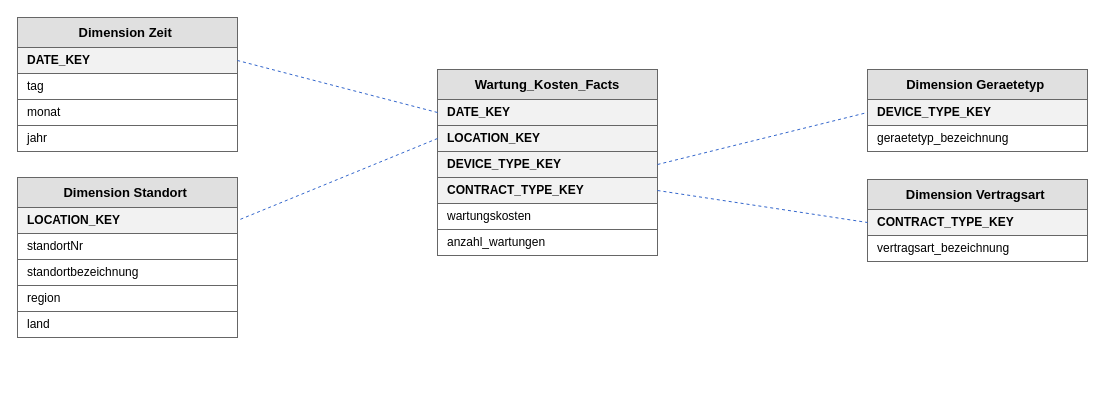
IchbinsTil/DVS keeps this draw.io diagram as page "Star Schema - Wartungskosten" (2 of 2) of Dokumentation/star_schema_dwh.drawio. Above is the earlier version. Source tidied: cells renumbered, new cells numbered last; positions are measured from the earlier drawing's top-left corner, leaving out a move shared by most shapes. Both pictures are drawn from the tidied source at 100%, with x=0, y=0 at pixel (17, 17).
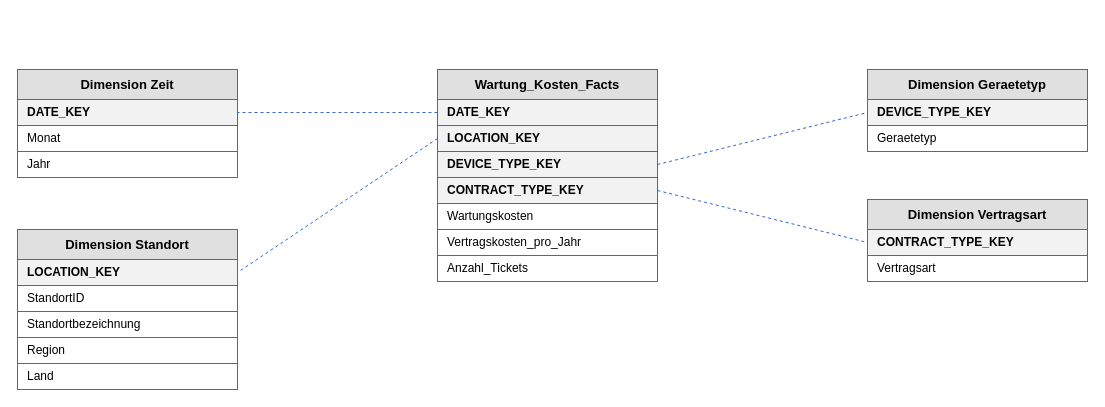
Above is the later version.

Unchanged cells that the change refers to:
```xml
<mxCell id="4" value="LOCATION_KEY" style="rounded=0;whiteSpace=wrap;html=1;fillColor=#f2f2f2;strokeColor=#666666;fontStyle=1;fontSize=12;align=left;spacingLeft=8;" parent="1" vertex="1">
  <mxGeometry x="420" y="108" width="220" height="26" as="geometry" />
</mxCell>
<mxCell id="5" value="DEVICE_TYPE_KEY" style="rounded=0;whiteSpace=wrap;html=1;fillColor=#f2f2f2;strokeColor=#666666;fontStyle=1;fontSize=12;align=left;spacingLeft=8;" parent="1" vertex="1">
  <mxGeometry x="420" y="134" width="220" height="26" as="geometry" />
</mxCell>
<mxCell id="20" value="DEVICE_TYPE_KEY" style="rounded=0;whiteSpace=wrap;html=1;fillColor=#f2f2f2;strokeColor=#666666;fontStyle=1;fontSize=12;align=left;spacingLeft=8;" parent="1" vertex="1">
  <mxGeometry x="850" y="82" width="220" height="26" as="geometry" />
</mxCell>
```

Change to the diagram source:
```diff
@@
-    <mxCell id="7" value="wartungskosten" style="rounded=0;whiteSpace=wrap;html=1;fillColor=#ffffff;strokeColor=#666666;fontSize=12;align=left;spacingLeft=8;" parent="1" vertex="1">
+    <mxCell id="7" value="Wartungskosten" style="rounded=0;whiteSpace=wrap;html=1;fillColor=#ffffff;strokeColor=#666666;fontSize=12;align=left;spacingLeft=8;" parent="1" vertex="1">
       <mxGeometry x="420" y="186" width="220" height="26" as="geometry" />
     </mxCell>
+    <mxCell id="30" value="Vertragskosten_pro_Jahr" style="rounded=0;whiteSpace=wrap;html=1;fillColor=#ffffff;strokeColor=#666666;fontSize=12;align=left;spacingLeft=8;" parent="1" vertex="1">
+      <mxGeometry x="420" y="212" width="220" height="26" as="geometry" />
+    </mxCell>
-    <mxCell id="8" value="anzahl_wartungen" style="rounded=0;whiteSpace=wrap;html=1;fillColor=#ffffff;strokeColor=#666666;fontSize=12;align=left;spacingLeft=8;" parent="1" vertex="1">
-      <mxGeometry x="420" y="212" width="220" height="26" as="geometry" />
+    <mxCell id="8" value="Anzahl_Tickets" style="rounded=0;whiteSpace=wrap;html=1;fillColor=#ffffff;strokeColor=#666666;fontSize=12;align=left;spacingLeft=8;" parent="1" vertex="1">
+      <mxGeometry x="420" y="238" width="220" height="26" as="geometry" />
     </mxCell>
-    <mxCell id="9" value="Dimension Zeit&amp;nbsp;" style="rounded=0;whiteSpace=wrap;html=1;fillColor=#e0e0e0;strokeColor=#666666;fontStyle=1;fontSize=13;align=center;verticalAlign=middle;" parent="1" vertex="1">
-      <mxGeometry width="220" height="30" as="geometry" />
+    <mxCell id="9" value="Dimension Zeit" style="rounded=0;whiteSpace=wrap;html=1;fillColor=#e0e0e0;strokeColor=#666666;fontStyle=1;fontSize=13;align=center;verticalAlign=middle;" parent="1" vertex="1">
+      <mxGeometry y="52" width="220" height="30" as="geometry" />
     </mxCell>
     <mxCell id="10" value="DATE_KEY" style="rounded=0;whiteSpace=wrap;html=1;fillColor=#f2f2f2;strokeColor=#666666;fontStyle=1;fontSize=12;align=left;spacingLeft=8;" parent="1" vertex="1">
-      <mxGeometry y="30" width="220" height="26" as="geometry" />
+      <mxGeometry y="82" width="220" height="26" as="geometry" />
     </mxCell>
-    <mxCell id="11" value="tag" style="rounded=0;whiteSpace=wrap;html=1;fillColor=#ffffff;strokeColor=#666666;fontSize=12;align=left;spacingLeft=8;" parent="1" vertex="1">
-      <mxGeometry y="56" width="220" height="26" as="geometry" />
+    <mxCell id="11" value="Monat" style="rounded=0;whiteSpace=wrap;html=1;fillColor=#ffffff;strokeColor=#666666;fontSize=12;align=left;spacingLeft=8;" parent="1" vertex="1">
+      <mxGeometry y="108" width="220" height="26" as="geometry" />
     </mxCell>
-    <mxCell id="12" value="monat" style="rounded=0;whiteSpace=wrap;html=1;fillColor=#ffffff;strokeColor=#666666;fontSize=12;align=left;spacingLeft=8;" parent="1" vertex="1">
-      <mxGeometry y="82" width="220" height="26" as="geometry" />
+    <mxCell id="12" value="Jahr" style="rounded=0;whiteSpace=wrap;html=1;fillColor=#ffffff;strokeColor=#666666;fontSize=12;align=left;spacingLeft=8;" parent="1" vertex="1">
+      <mxGeometry y="134" width="220" height="26" as="geometry" />
     </mxCell>
-    <mxCell id="13" value="jahr" style="rounded=0;whiteSpace=wrap;html=1;fillColor=#ffffff;strokeColor=#666666;fontSize=12;align=left;spacingLeft=8;" parent="1" vertex="1">
-      <mxGeometry y="108" width="220" height="26" as="geometry" />
-    </mxCell>
-    <mxCell id="14" value="Dimension Standort&amp;nbsp;" style="rounded=0;whiteSpace=wrap;html=1;fillColor=#e0e0e0;strokeColor=#666666;fontStyle=1;fontSize=13;align=center;verticalAlign=middle;" parent="1" vertex="1">
-      <mxGeometry y="160" width="220" height="30" as="geometry" />
+    <mxCell id="14" value="Dimension Standort" style="rounded=0;whiteSpace=wrap;html=1;fillColor=#e0e0e0;strokeColor=#666666;fontStyle=1;fontSize=13;align=center;verticalAlign=middle;" parent="1" vertex="1">
+      <mxGeometry y="212" width="220" height="30" as="geometry" />
     </mxCell>
     <mxCell id="15" value="LOCATION_KEY" style="rounded=0;whiteSpace=wrap;html=1;fillColor=#f2f2f2;strokeColor=#666666;fontStyle=1;fontSize=12;align=left;spacingLeft=8;" parent="1" vertex="1">
-      <mxGeometry y="190" width="220" height="26" as="geometry" />
+      <mxGeometry y="242" width="220" height="26" as="geometry" />
     </mxCell>
-    <mxCell id="16" value="standortbezeichnung" style="rounded=0;whiteSpace=wrap;html=1;fillColor=#ffffff;strokeColor=#666666;fontSize=12;align=left;spacingLeft=8;" parent="1" vertex="1">
-      <mxGeometry y="242" width="220" height="26" as="geometry" />
+    <mxCell id="16" value="StandortID" style="rounded=0;whiteSpace=wrap;html=1;fillColor=#ffffff;strokeColor=#666666;fontSize=12;align=left;spacingLeft=8;" parent="1" vertex="1">
+      <mxGeometry y="268" width="220" height="26" as="geometry" />
     </mxCell>
-    <mxCell id="17" value="region" style="rounded=0;whiteSpace=wrap;html=1;fillColor=#ffffff;strokeColor=#666666;fontSize=12;align=left;spacingLeft=8;" parent="1" vertex="1">
-      <mxGeometry y="268" width="220" height="26" as="geometry" />
+    <mxCell id="17" value="Standortbezeichnung" style="rounded=0;whiteSpace=wrap;html=1;fillColor=#ffffff;strokeColor=#666666;fontSize=12;align=left;spacingLeft=8;" parent="1" vertex="1">
+      <mxGeometry y="294" width="220" height="26" as="geometry" />
     </mxCell>
-    <mxCell id="18" value="land" style="rounded=0;whiteSpace=wrap;html=1;fillColor=#ffffff;strokeColor=#666666;fontSize=12;align=left;spacingLeft=8;" parent="1" vertex="1">
-      <mxGeometry y="294" width="220" height="26" as="geometry" />
+    <mxCell id="18" value="Region" style="rounded=0;whiteSpace=wrap;html=1;fillColor=#ffffff;strokeColor=#666666;fontSize=12;align=left;spacingLeft=8;" parent="1" vertex="1">
+      <mxGeometry y="320" width="220" height="26" as="geometry" />
     </mxCell>
+    <mxCell id="31" value="Land" style="rounded=0;whiteSpace=wrap;html=1;fillColor=#ffffff;strokeColor=#666666;fontSize=12;align=left;spacingLeft=8;" parent="1" vertex="1">
+      <mxGeometry y="346" width="220" height="26" as="geometry" />
+    </mxCell>
-    <mxCell id="19" value="Dimension Geraetetyp&amp;nbsp;" style="rounded=0;whiteSpace=wrap;html=1;fillColor=#e0e0e0;strokeColor=#666666;fontStyle=1;fontSize=13;align=center;verticalAlign=middle;" parent="1" vertex="1">
+    <mxCell id="19" value="Dimension Geraetetyp" style="rounded=0;whiteSpace=wrap;html=1;fillColor=#e0e0e0;strokeColor=#666666;fontStyle=1;fontSize=13;align=center;verticalAlign=middle;" parent="1" vertex="1">
       <mxGeometry x="850" y="52" width="220" height="30" as="geometry" />
     </mxCell>
@@
-    <mxCell id="21" value="geraetetyp_bezeichnung" style="rounded=0;whiteSpace=wrap;html=1;fillColor=#ffffff;strokeColor=#666666;fontSize=12;align=left;spacingLeft=8;" parent="1" vertex="1">
+    <mxCell id="21" value="Geraetetyp" style="rounded=0;whiteSpace=wrap;html=1;fillColor=#ffffff;strokeColor=#666666;fontSize=12;align=left;spacingLeft=8;" parent="1" vertex="1">
       <mxGeometry x="850" y="108" width="220" height="26" as="geometry" />
     </mxCell>
-    <mxCell id="22" value="Dimension Vertragsart&amp;nbsp;" style="rounded=0;whiteSpace=wrap;html=1;fillColor=#e0e0e0;strokeColor=#666666;fontStyle=1;fontSize=13;align=center;verticalAlign=middle;" parent="1" vertex="1">
-      <mxGeometry x="850" y="162" width="220" height="30" as="geometry" />
+    <mxCell id="22" value="Dimension Vertragsart" style="rounded=0;whiteSpace=wrap;html=1;fillColor=#e0e0e0;strokeColor=#666666;fontStyle=1;fontSize=13;align=center;verticalAlign=middle;" parent="1" vertex="1">
+      <mxGeometry x="850" y="182" width="220" height="30" as="geometry" />
     </mxCell>
     <mxCell id="23" value="CONTRACT_TYPE_KEY" style="rounded=0;whiteSpace=wrap;html=1;fillColor=#f2f2f2;strokeColor=#666666;fontStyle=1;fontSize=12;align=left;spacingLeft=8;" parent="1" vertex="1">
-      <mxGeometry x="850" y="192" width="220" height="26" as="geometry" />
+      <mxGeometry x="850" y="212" width="220" height="26" as="geometry" />
     </mxCell>
-    <mxCell id="24" value="vertragsart_bezeichnung" style="rounded=0;whiteSpace=wrap;html=1;fillColor=#ffffff;strokeColor=#666666;fontSize=12;align=left;spacingLeft=8;" parent="1" vertex="1">
-      <mxGeometry x="850" y="218" width="220" height="26" as="geometry" />
+    <mxCell id="24" value="Vertragsart" style="rounded=0;whiteSpace=wrap;html=1;fillColor=#ffffff;strokeColor=#666666;fontSize=12;align=left;spacingLeft=8;" parent="1" vertex="1">
+      <mxGeometry x="850" y="238" width="220" height="26" as="geometry" />
     </mxCell>
@@
-    <mxCell id="26" style="html=1;endArrow=none;startArrow=none;dashed=1;strokeColor=#3366CC;strokeWidth=1;entryX=1;entryY=0.5;entryDx=0;entryDy=0;exitX=0;exitY=0.5;exitDx=0;exitDy=0;" parent="1" edge="1" source="4" target="15">
+    <mxCell id="26" style="html=1;endArrow=none;startArrow=none;dashed=1;strokeColor=#3366CC;strokeWidth=1;exitX=0;exitY=0.5;exitDx=0;exitDy=0;entryX=1;entryY=0.5;entryDx=0;entryDy=0;" parent="1" edge="1" source="4" target="15">
       <mxGeometry relative="1" as="geometry" />
     </mxCell>
-    <mxCell id="27" style="html=1;endArrow=none;startArrow=none;dashed=1;strokeColor=#3366CC;strokeWidth=1;entryX=0;entryY=0.5;entryDx=0;entryDy=0;" parent="1" edge="1" target="20">
-      <mxGeometry relative="1" as="geometry">
-        <mxPoint x="640" y="147" as="sourcePoint" />
-      </mxGeometry>
+    <mxCell id="27" style="html=1;endArrow=none;startArrow=none;dashed=1;strokeColor=#3366CC;strokeWidth=1;exitX=1;exitY=0.5;exitDx=0;exitDy=0;entryX=0;entryY=0.5;entryDx=0;entryDy=0;" parent="1" edge="1" source="5" target="20">
+      <mxGeometry relative="1" as="geometry" />
     </mxCell>
@@
-    <mxCell id="29" value="standortNr" style="rounded=0;whiteSpace=wrap;html=1;fillColor=#ffffff;strokeColor=#666666;fontSize=12;align=left;spacingLeft=8;" parent="1" vertex="1">
-      <mxGeometry y="216" width="220" height="26" as="geometry" />
-    </mxCell>
```
